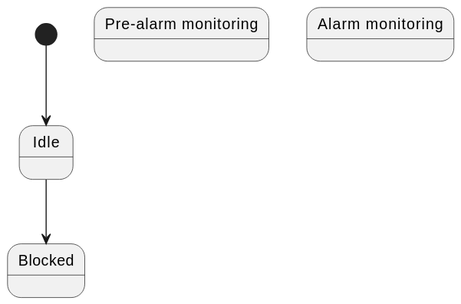
the-real-deal/unibo-iot-didospita keeps this PlantUML diagram as assignments/02-sdh/docs/tasks/alarm.svg. Above is the earlier version. Source of this version:
```plantuml
@startuml
state "Idle" as idle
state "Blocked" as blocked
state "Pre-alarm monitoring" as prealarm
state "Alarm monitoring" as alarm

[*] --> idle

idle --> blocked
@enduml
```
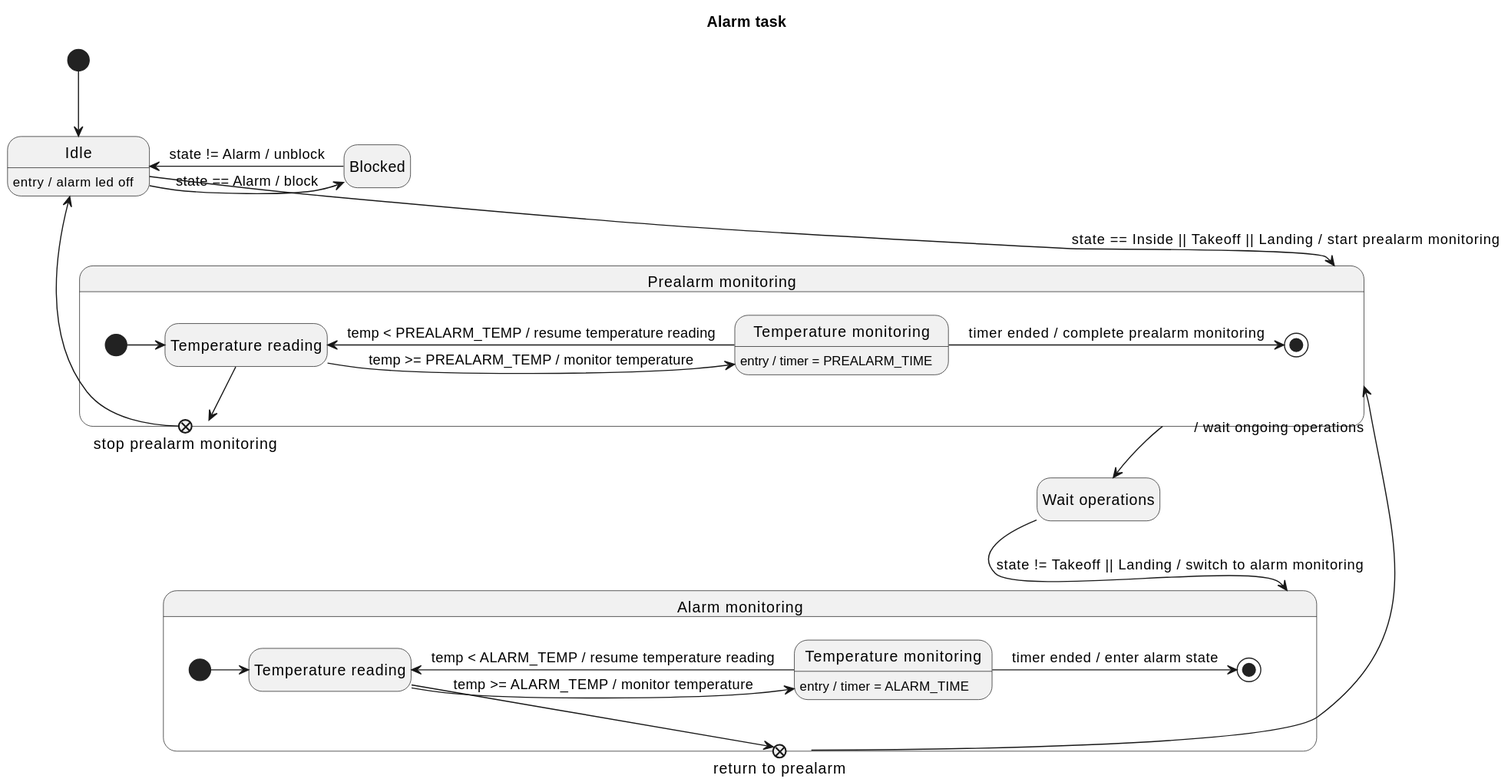
After the change.

Commit message:
fix(alarm): correct diagram, wrong layout

Diff of the diagram source:
```diff
@@ -1,10 +1,49 @@
 @startuml
+hide empty description
+
+title "Alarm task"
+
 state "Idle" as idle
-state "Blocked" as blocked
-state "Pre-alarm monitoring" as prealarm
-state "Alarm monitoring" as alarm
-
+idle : entry / alarm led off
 [*] --> idle
 
-idle --> blocked
+state "Blocked" as blocked
+idle -r-> blocked : state == Alarm / block
+blocked -l-> idle : state != Alarm / unblock
+
+idle --> prealarm : state == Inside || Takeoff || Landing / start prealarm monitoring
+
+state "Prealarm monitoring" as prealarm {
+    state "Temperature reading" as prealarmTempReading
+    state "stop prealarm monitoring" as stopPrealarm <<exitPoint>>
+
+    [*] -r-> prealarmTempReading
+    prealarmTempReading -r-> prealarmTempMonitoring : temp >= PREALARM_TEMP / monitor temperature
+    prealarmTempReading -u-> stopPrealarm : state != Inside || Takeoff || Landing / stop prealarm monitoring
+
+    state "Temperature monitoring" as prealarmTempMonitoring
+    prealarmTempMonitoring : entry / timer = PREALARM_TIME
+    prealarmTempMonitoring -l-> prealarmTempReading : temp < PREALARM_TEMP / resume temperature reading
+    prealarmTempMonitoring -r-> [*] : timer ended / complete prealarm monitoring
+}
+stopPrealarm -u-> idle
+prealarm -d-> waitOperations : / wait ongoing operations
+
+state "Wait operations" as waitOperations
+waitOperations -d-> alarm : state != Takeoff || Landing / switch to alarm monitoring
+
+state "Alarm monitoring" as alarm {
+    state "Temperature reading" as alarmTempReading
+    state "return to prealarm" as stopAlarm <<exitPoint>>
+
+    [*] -r-> alarmTempReading
+    alarmTempReading -r-> alarmTempMonitoring : temp >= ALARM_TEMP / monitor temperature
+    alarmTempReading -u-> stopAlarm : temp <= PREALARM_TEMP / return to prealarm monitoring
+
+    state "Temperature monitoring" as alarmTempMonitoring
+    alarmTempMonitoring : entry / timer = ALARM_TIME
+    alarmTempMonitoring -l-> alarmTempReading : temp < ALARM_TEMP / resume temperature reading
+    alarmTempMonitoring -r-> [*] : timer ended / enter alarm state
+}
+stopAlarm -u-> prealarm
 @enduml
```
